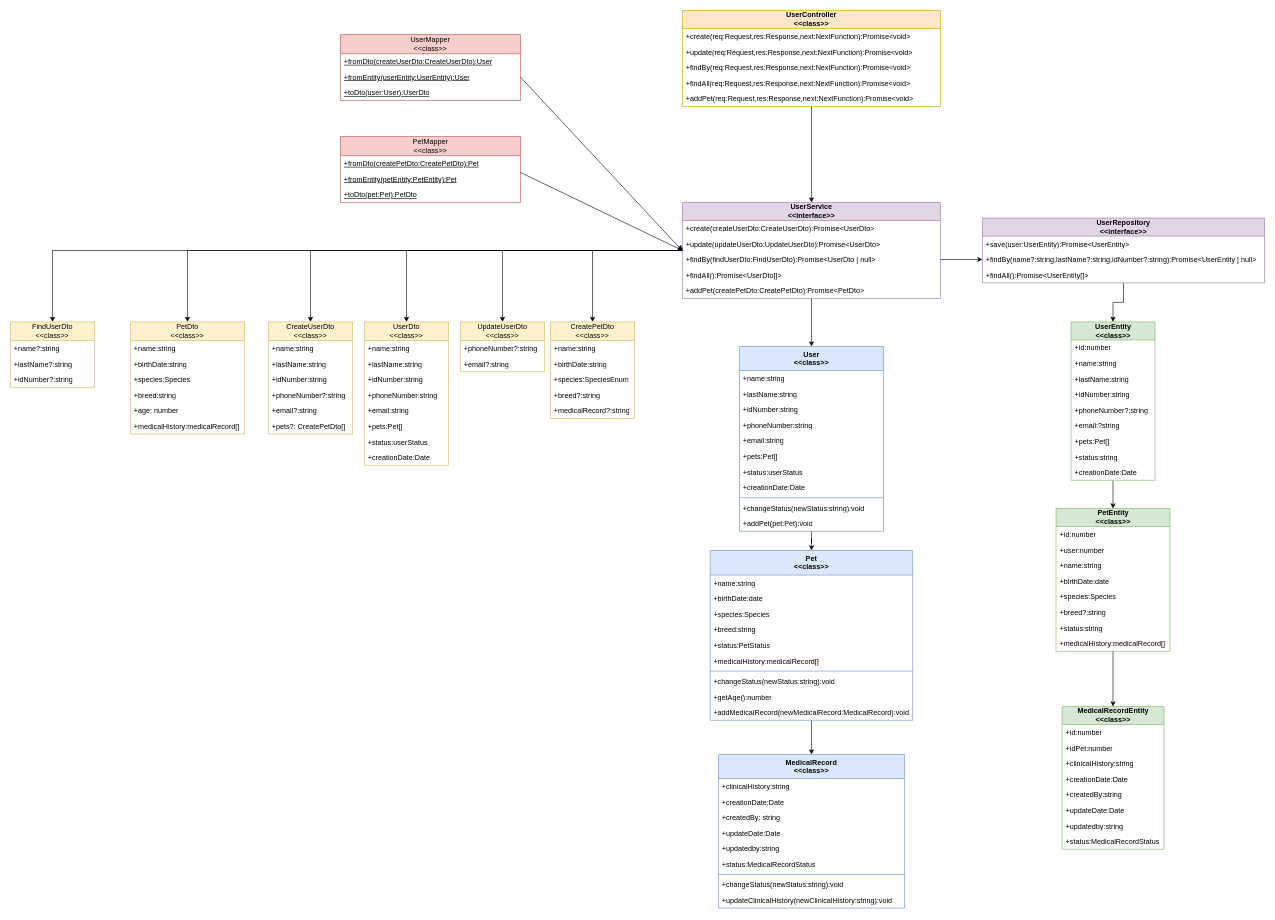
This is page "Classes" (1 of 2) of docs/Veterinaria design.drawio from Matias-Viking/Veterinary, a draw.io file, before an edit. Source tidied: cells renumbered, new cells numbered last; positions are measured from the earlier drawing's top-left corner, leaving out a move shared by most shapes. Both pictures are drawn from the tidied source at 60%, with x=0, y=0 at pixel (10, 10).
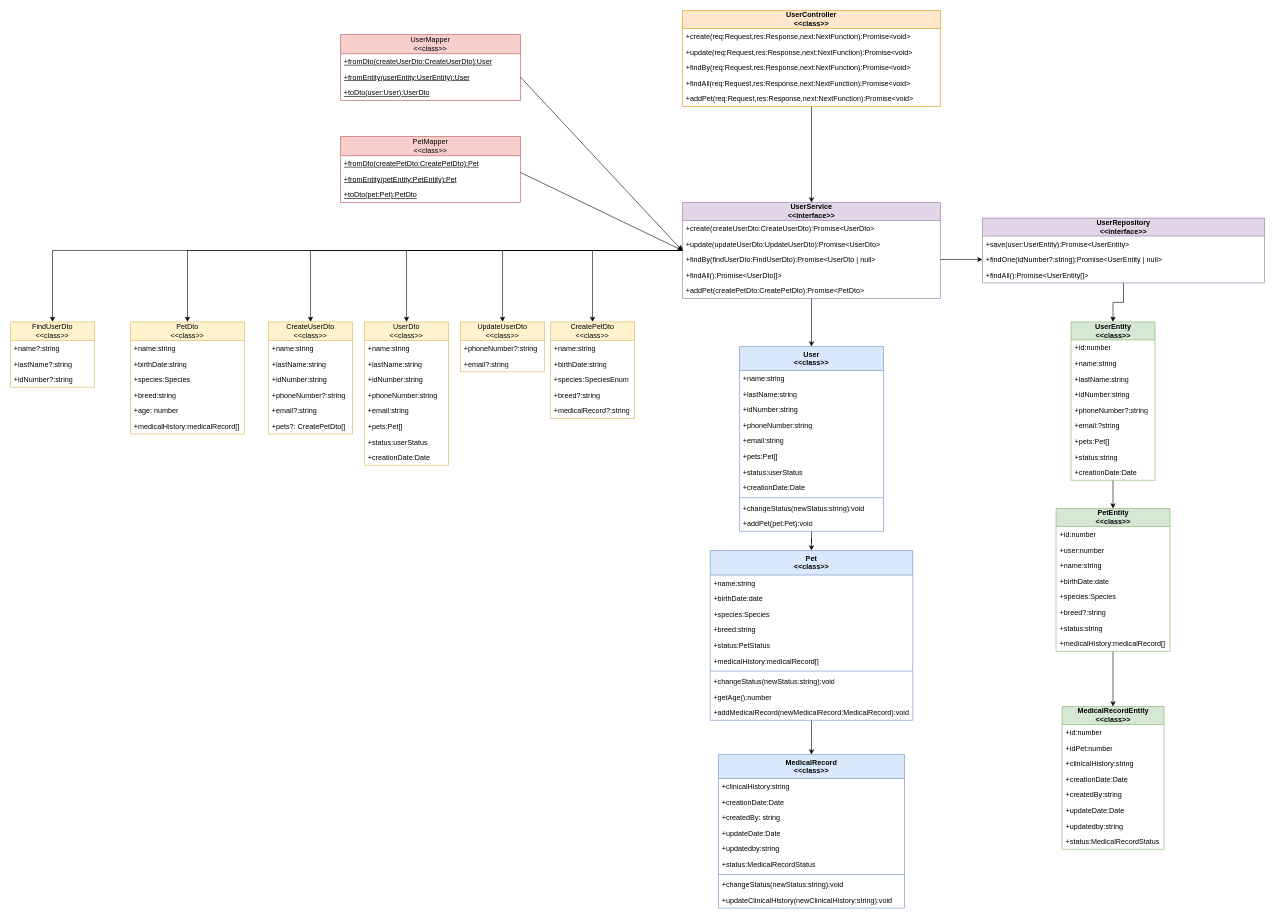
The same diagram, later.

The change refers to these unchanged cells:
```xml
<mxCell id="68" value="&lt;b&gt;UserRepository&lt;/b&gt;&lt;div&gt;&lt;b&gt;&amp;lt;&amp;lt;interface&amp;gt;&amp;gt;&lt;/b&gt;&lt;/div&gt;" style="swimlane;fontStyle=0;horizontal=1;startSize=30;fillColor=#e1d5e7;whiteSpace=wrap;html=1;strokeColor=#9673a6;" parent="1" vertex="1">
  <mxGeometry x="1620" y="346" width="470" height="108" as="geometry" />
</mxCell>
```

The edit, as a diff of the source:
```diff
@@
-    <mxCell id="70" value="+findBy(name?:string,lastName?:string,idNumber?:string):Promise&amp;lt;UserEntity | null&amp;gt;" style="text;strokeColor=none;fillColor=none;align=left;verticalAlign=top;spacingLeft=4;spacingRight=4;overflow=hidden;points=[[0,0.5],[1,0.5]];portConstraint=eastwest;whiteSpace=wrap;html=1;" parent="68" vertex="1">
+    <mxCell id="70" value="+findOne(idNumber?:string):Promise&amp;lt;UserEntity | null&amp;gt;" style="text;strokeColor=none;fillColor=none;align=left;verticalAlign=top;spacingLeft=4;spacingRight=4;overflow=hidden;points=[[0,0.5],[1,0.5]];portConstraint=eastwest;whiteSpace=wrap;html=1;" parent="68" vertex="1">
       <mxGeometry y="56" width="470" height="26" as="geometry" />
     </mxCell>
```
